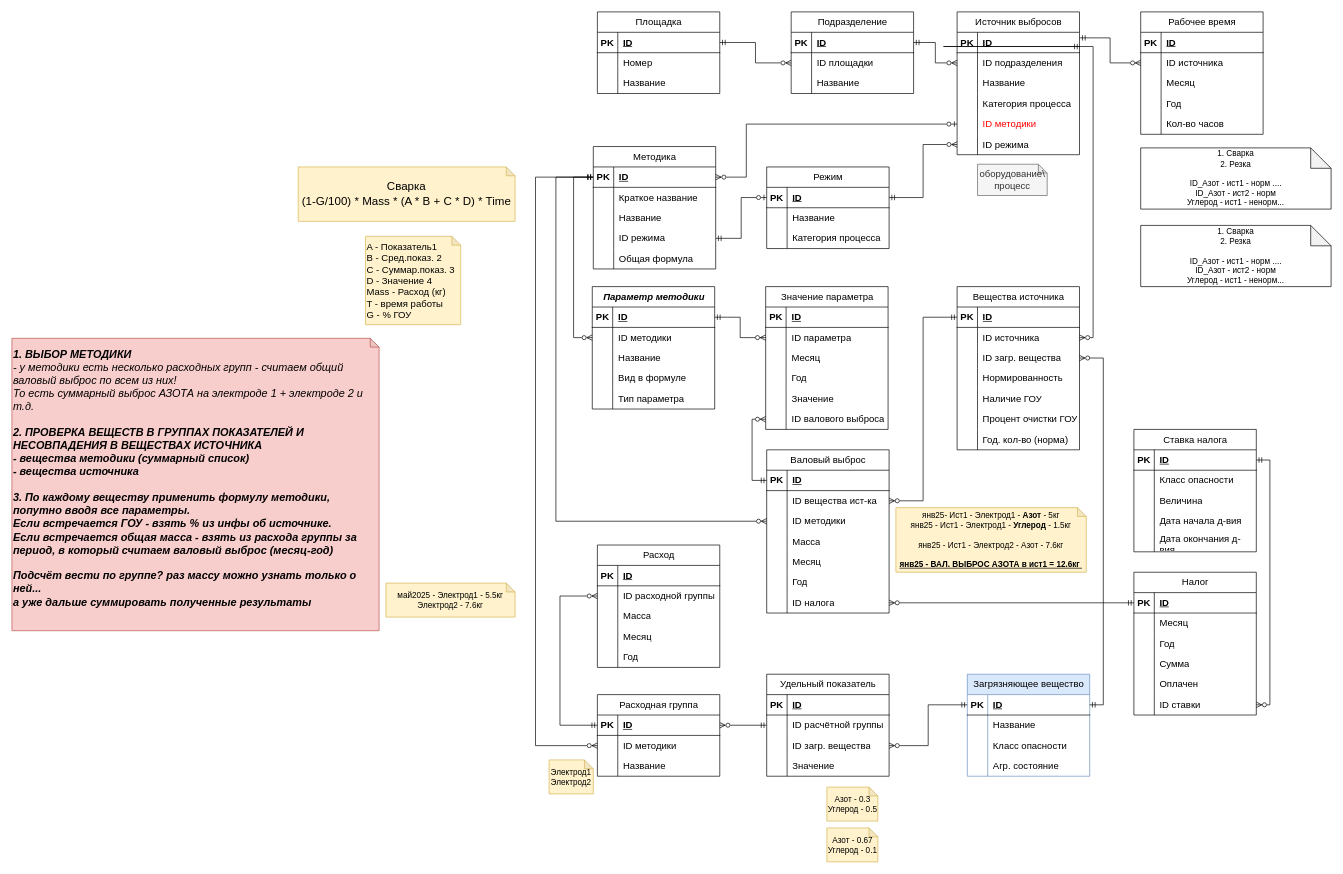
Before: page "Entity-Relation" (1 of 4) of диплом_выбросы.drawio in leg0ushque/emission-tracking-app, a draw.io diagram. Source tidied: cells renumbered, new cells numbered last; positions are measured from the earlier drawing's top-left corner, leaving out a move shared by most shapes. Both pictures are drawn from the tidied source at 68%, with x=0, y=0 at pixel (12, 12).
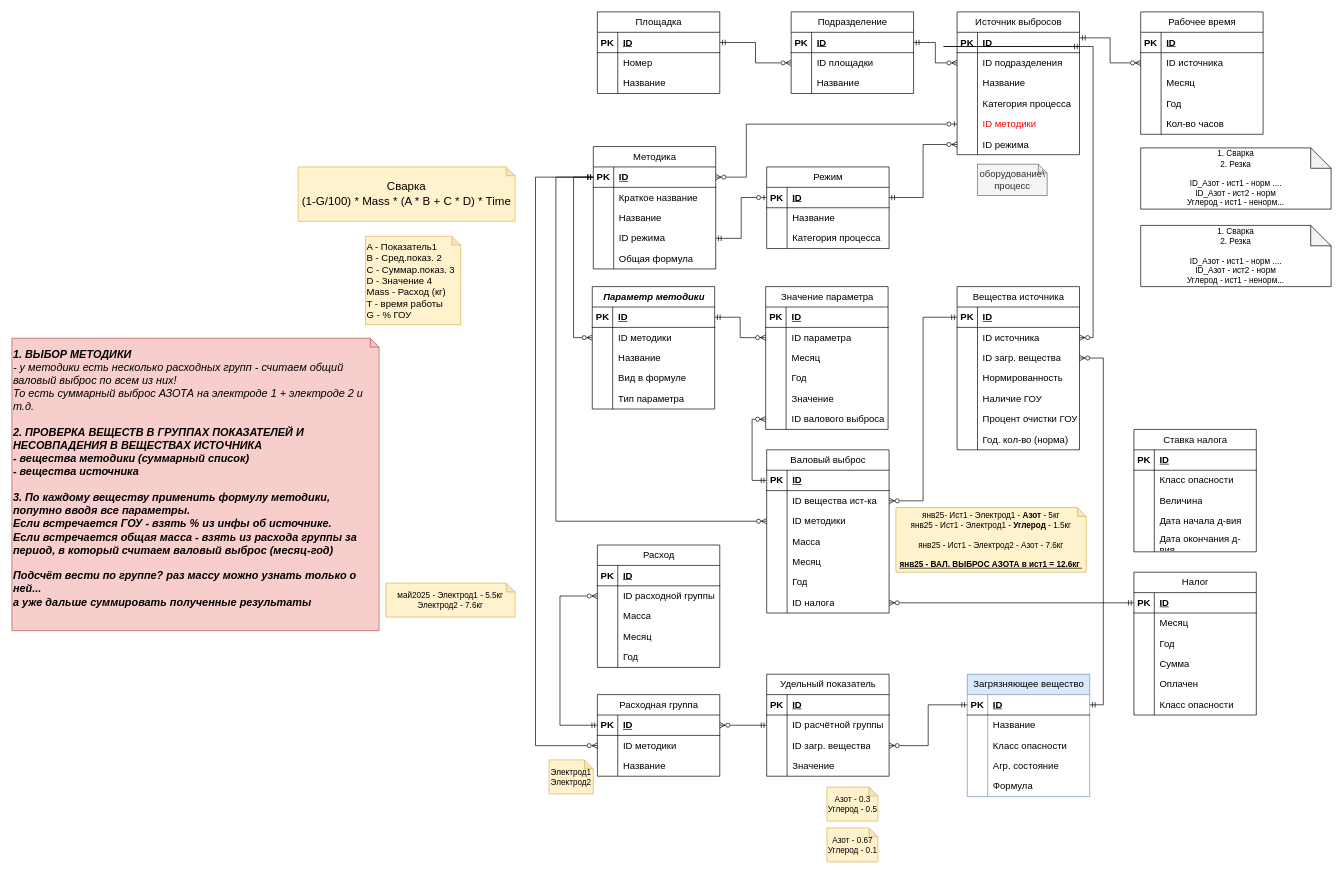
After the change.

Unchanged cells that the change refers to:
```xml
<mxCell id="187" style="shape=tableRow;horizontal=0;startSize=0;swimlaneHead=0;swimlaneBody=0;fillColor=none;points=[[0,0.5],[1,0.5]];portConstraint=eastwest;top=0;left=0;right=0;bottom=1;fontSize=14;" parent="186" vertex="1">
  <mxGeometry y="30" width="180" height="30" as="geometry" />
</mxCell>
<mxCell id="218" style="shape=tableRow;horizontal=0;startSize=0;swimlaneHead=0;swimlaneBody=0;fillColor=none;points=[[0,0.5],[1,0.5]];portConstraint=eastwest;top=0;left=0;right=0;bottom=0;fontSize=14;" parent="202" vertex="1">
  <mxGeometry y="180" width="180" height="30" as="geometry" />
</mxCell>
```

The edit, as a diff of the source:
```diff
@@
     <mxCell id="45" value="&lt;span style=&quot;font-weight: 400;&quot;&gt;Загрязняющее вещество&lt;/span&gt;" style="shape=table;startSize=30;childLayout=tableLayout;rowLines=0;fontStyle=1;align=center;html=1;fontSize=14;fillColor=#dae8fc;strokeColor=#6c8ebf;" parent="1" vertex="1">
-      <mxGeometry x="1405" y="974" width="180" height="150" as="geometry" />
+      <mxGeometry x="1405" y="974" width="180" height="180" as="geometry" />
     </mxCell>
@@
+    <mxCell id="279" style="shape=tableRow;horizontal=0;startSize=0;swimlaneHead=0;swimlaneBody=0;fillColor=none;top=0;left=0;right=0;bottom=0;fontSize=14;" parent="45" vertex="1">
+      <mxGeometry y="150" width="180" height="30" as="geometry" />
+    </mxCell>
+    <mxCell id="280" style="shape=partialRectangle;fillColor=none;top=0;left=0;bottom=0;right=0;overflow=hidden;whiteSpace=wrap;html=1;fontSize=14;" parent="279" vertex="1">
+      <mxGeometry width="30" height="30" as="geometry" />
+    </mxCell>
+    <mxCell id="281" value="Формула" style="shape=partialRectangle;fillColor=none;top=0;left=0;bottom=0;right=0;align=left;spacingLeft=6;overflow=hidden;whiteSpace=wrap;html=1;fontSize=14;" parent="279" vertex="1">
+      <mxGeometry x="30" width="150" height="30" as="geometry" />
+    </mxCell>
@@
-    <mxCell id="220" value="ID ставки" style="shape=partialRectangle;fillColor=none;top=0;left=0;bottom=0;right=0;align=left;spacingLeft=6;overflow=hidden;whiteSpace=wrap;html=1;fontSize=14;" parent="218" vertex="1">
+    <mxCell id="220" value="Класс опасности" style="shape=partialRectangle;fillColor=none;top=0;left=0;bottom=0;right=0;align=left;spacingLeft=6;overflow=hidden;whiteSpace=wrap;html=1;fontSize=14;" parent="218" vertex="1">
       <mxGeometry x="30" width="150" height="30" as="geometry" />
     </mxCell>
-    <mxCell id="221" style="edgeStyle=orthogonalEdgeStyle;shape=connector;rounded=0;jettySize=auto;html=1;exitX=1;exitY=0.5;exitDx=0;exitDy=0;entryX=1;entryY=0.5;entryDx=0;entryDy=0;strokeColor=default;align=center;verticalAlign=middle;fontFamily=Helvetica;fontSize=14;fontColor=default;labelBackgroundColor=default;startArrow=ERmandOne;startFill=0;endArrow=ERzeroToMany;endFill=0;" parent="1" edge="1" source="187" target="218">
-      <mxGeometry relative="1" as="geometry" />
-    </mxCell>
```
